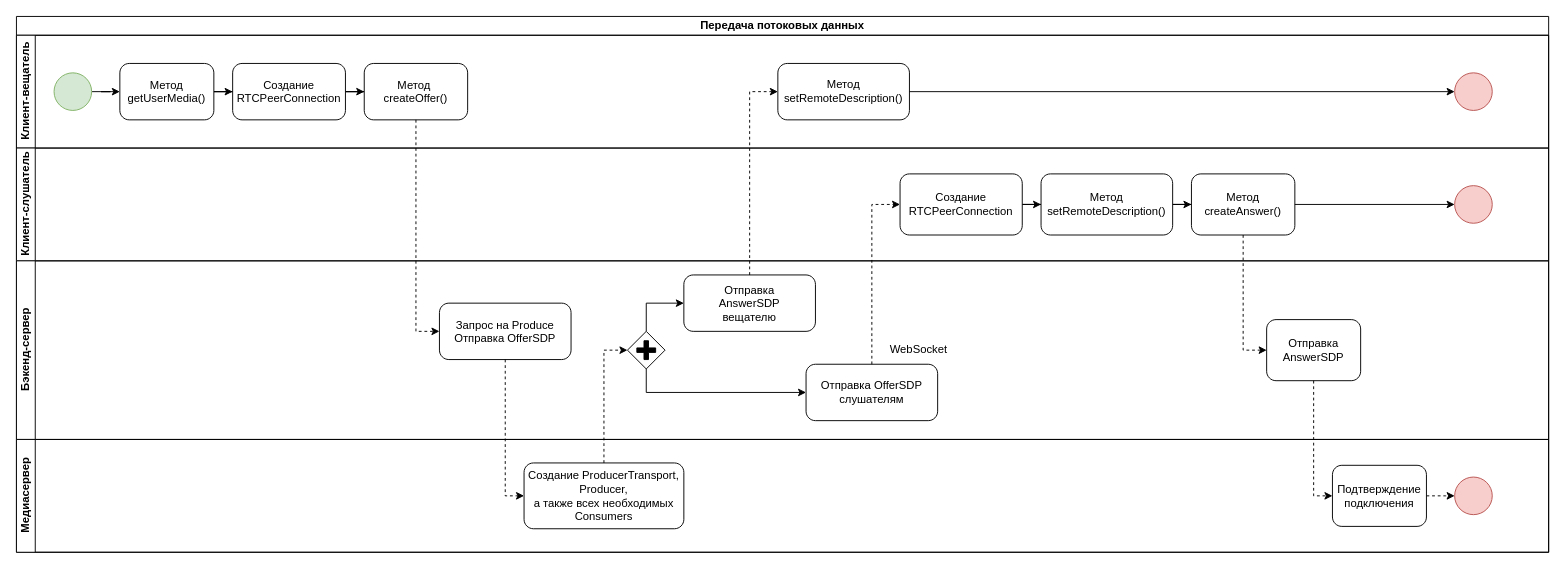
Earlier version of the draw.io diagram page "Страница 2" (2 of 3) of Диаграммы/Процесс.drawio (den59k/community). Source tidied: cells renumbered, new cells numbered last; positions are measured from the earlier drawing's top-left corner, leaving out a move shared by most shapes. Both pictures are drawn from the tidied source at 94%, with x=0, y=0 at pixel (16, 16).
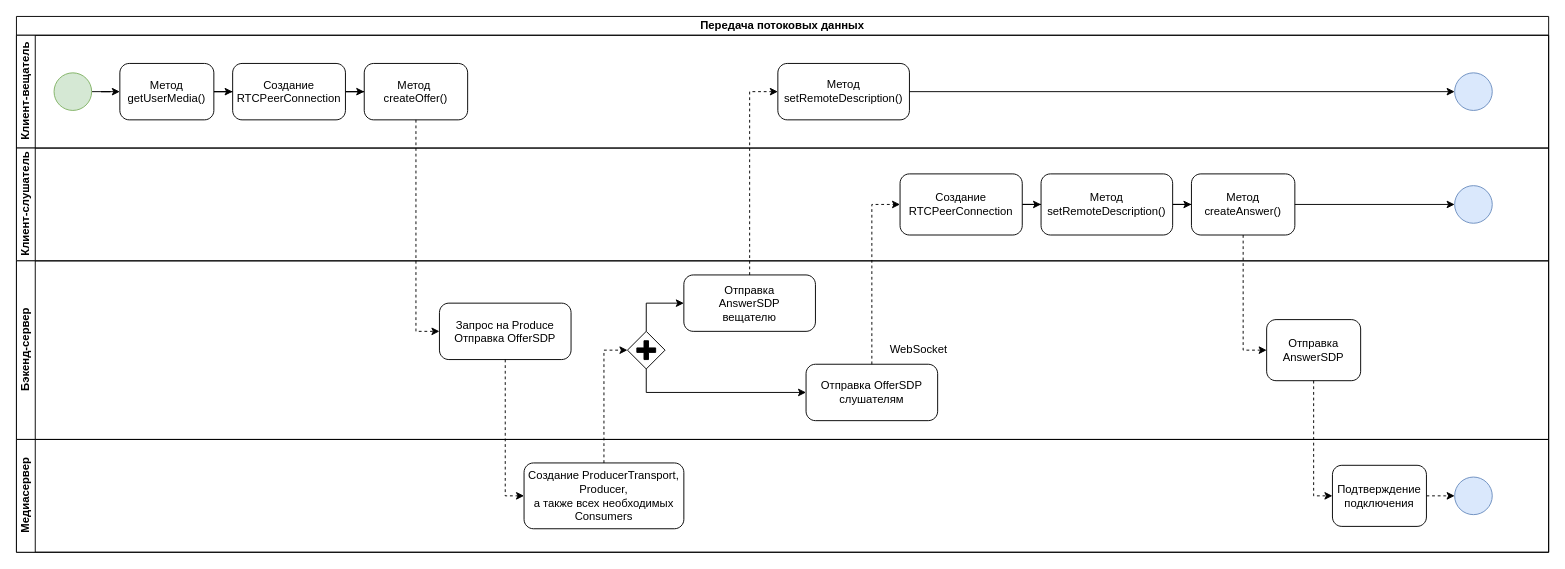
The same diagram, later.

Unchanged cells that the change refers to:
```xml
<mxCell id="12" value="Клиент-слушатель" style="swimlane;html=1;startSize=20;horizontal=0;" parent="2" vertex="1">
  <mxGeometry y="140" width="1630" height="120" as="geometry" />
</mxCell>
<mxCell id="31" value="Медиасервер" style="swimlane;html=1;startSize=20;horizontal=0;" parent="2" vertex="1">
  <mxGeometry y="450" width="1630" height="120" as="geometry" />
</mxCell>
```

Change to the diagram source:
```diff
@@
-    <mxCell id="20" style="points=[[0.145,0.145,0],[0.5,0,0],[0.855,0.145,0],[1,0.5,0],[0.855,0.855,0],[0.5,1,0],[0.145,0.855,0],[0,0.5,0]];shape=mxgraph.bpmn.event;html=1;verticalLabelPosition=bottom;labelBackgroundColor=#ffffff;verticalAlign=top;align=center;perimeter=ellipsePerimeter;outlineConnect=0;outline=standard;symbol=general;fillColor=#f8cecc;strokeColor=#b85450;" parent="12" vertex="1">
+    <mxCell id="20" style="points=[[0.145,0.145,0],[0.5,0,0],[0.855,0.145,0],[1,0.5,0],[0.855,0.855,0],[0.5,1,0],[0.145,0.855,0],[0,0.5,0]];shape=mxgraph.bpmn.event;html=1;verticalLabelPosition=bottom;labelBackgroundColor=#ffffff;verticalAlign=top;align=center;perimeter=ellipsePerimeter;outlineConnect=0;outline=standard;symbol=general;fillColor=#dae8fc;strokeColor=#6c8ebf;" parent="12" vertex="1">
       <mxGeometry x="1530" y="40" width="40" height="40" as="geometry" />
     </mxCell>
@@
-    <mxCell id="35" style="shape=mxgraph.bpmn.event;html=1;verticalLabelPosition=bottom;labelBackgroundColor=#ffffff;verticalAlign=top;align=center;perimeter=ellipsePerimeter;outline=standard;symbol=general;fillColor=#f8cecc;strokeColor=#b85450;" parent="31" vertex="1">
+    <mxCell id="35" style="shape=mxgraph.bpmn.event;html=1;verticalLabelPosition=bottom;labelBackgroundColor=#ffffff;verticalAlign=top;align=center;perimeter=ellipsePerimeter;outline=standard;symbol=general;fillColor=#dae8fc;strokeColor=#6c8ebf;" parent="31" vertex="1">
       <mxGeometry x="1530" y="40" width="40" height="40" as="geometry" />
     </mxCell>
-    <mxCell id="36" style="points=[[0.145,0.145,0],[0.5,0,0],[0.855,0.145,0],[1,0.5,0],[0.855,0.855,0],[0.5,1,0],[0.145,0.855,0],[0,0.5,0]];shape=mxgraph.bpmn.event;html=1;verticalLabelPosition=bottom;labelBackgroundColor=#ffffff;verticalAlign=top;align=center;perimeter=ellipsePerimeter;outlineConnect=0;outline=standard;symbol=general;fillColor=#f8cecc;strokeColor=#b85450;" parent="31" vertex="1">
+    <mxCell id="36" style="points=[[0.145,0.145,0],[0.5,0,0],[0.855,0.145,0],[1,0.5,0],[0.855,0.855,0],[0.5,1,0],[0.145,0.855,0],[0,0.5,0]];shape=mxgraph.bpmn.event;html=1;verticalLabelPosition=bottom;labelBackgroundColor=#ffffff;verticalAlign=top;align=center;perimeter=ellipsePerimeter;outlineConnect=0;outline=standard;symbol=general;fillColor=#dae8fc;strokeColor=#6c8ebf;" parent="31" vertex="1">
       <mxGeometry x="1530" y="-390" width="40" height="40" as="geometry" />
     </mxCell>
```
